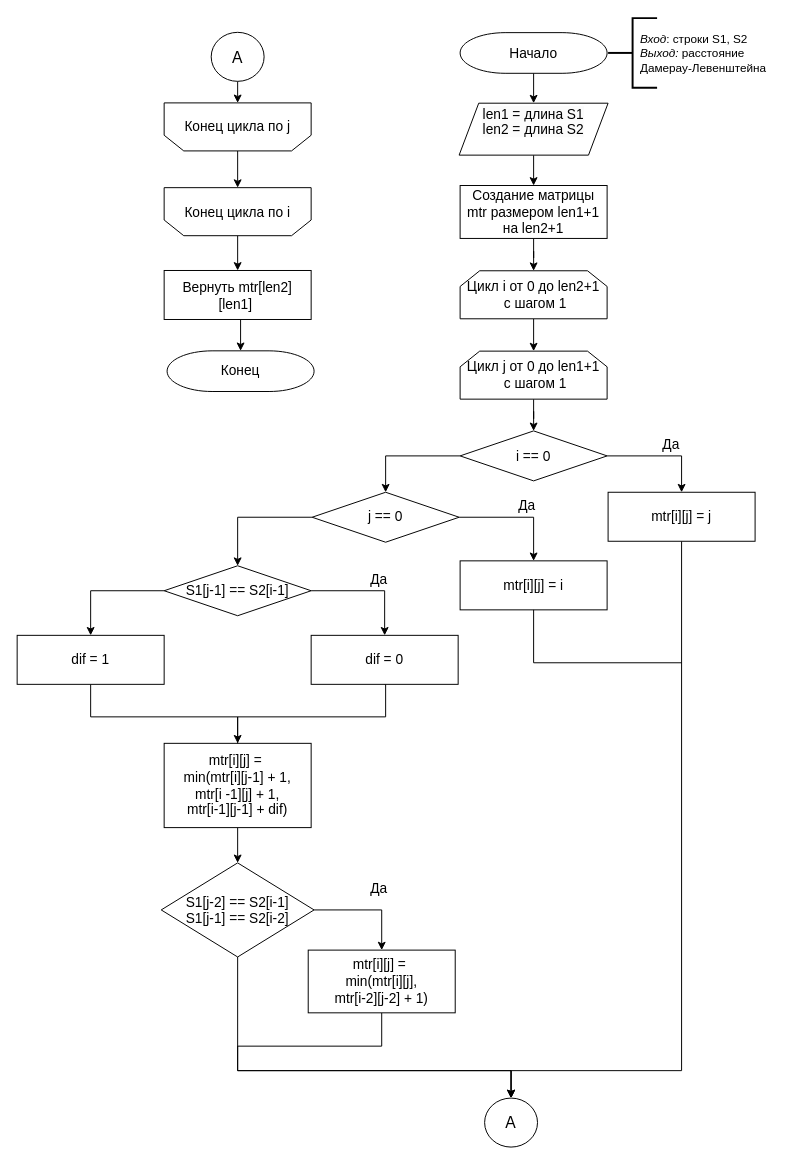
Earlier version of the draw.io diagram page "Д.-Л. нерек." (2 of 5) of lab_01/report/schemes/algorithms.drawio (mshsvnv/AlgorithmAnalysis). Source tidied: cells renumbered, new cells numbered last; positions are measured from the earlier drawing's top-left corner, leaving out a move shared by most shapes. Both pictures are drawn from the tidied source at 98%, with x=0, y=0 at pixel (17, 18).
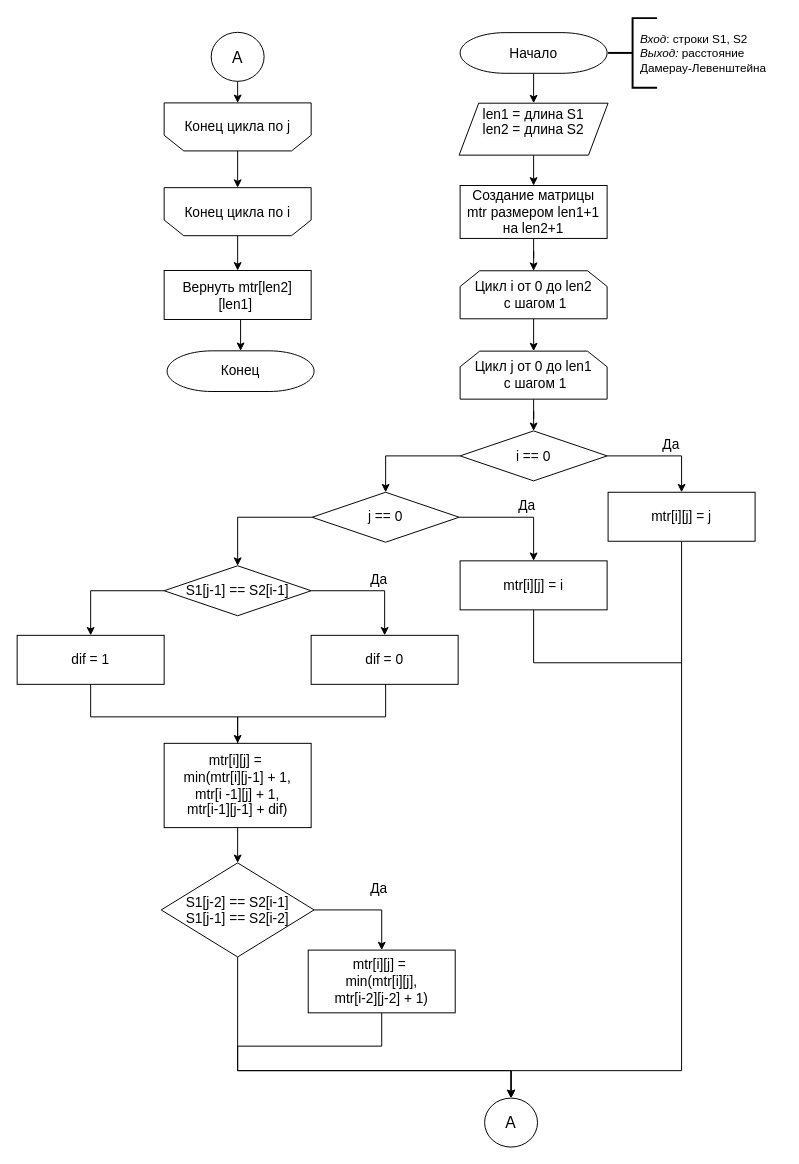
The same diagram, later.

Diff of the diagram source:
```diff
@@
-    <mxCell id="22" value="&lt;font style=&quot;font-size: 14px;&quot;&gt;Цикл i от 0 до len2+1&lt;br style=&quot;border-color: var(--border-color);&quot;&gt;&amp;nbsp;с шагом 1&lt;br&gt;&lt;/font&gt;" style="shape=loopLimit;whiteSpace=wrap;html=1;" parent="1" vertex="1">
+    <mxCell id="22" value="&lt;font style=&quot;font-size: 14px;&quot;&gt;Цикл i от 0 до len2&lt;br style=&quot;border-color: var(--border-color);&quot;&gt;&amp;nbsp;с шагом 1&lt;br&gt;&lt;/font&gt;" style="shape=loopLimit;whiteSpace=wrap;html=1;" parent="1" vertex="1">
       <mxGeometry x="452" y="257.8" width="150" height="49" as="geometry" />
     </mxCell>
@@
-    <mxCell id="24" value="&lt;font style=&quot;font-size: 14px;&quot;&gt;Цикл j от 0 до len1+1&lt;br style=&quot;border-color: var(--border-color);&quot;&gt;&amp;nbsp;с шагом 1&lt;/font&gt;" style="shape=loopLimit;whiteSpace=wrap;html=1;" parent="1" vertex="1">
+    <mxCell id="24" value="&lt;font style=&quot;font-size: 14px;&quot;&gt;Цикл j от 0 до len1&lt;br style=&quot;border-color: var(--border-color);&quot;&gt;&amp;nbsp;с шагом 1&lt;/font&gt;" style="shape=loopLimit;whiteSpace=wrap;html=1;" parent="1" vertex="1">
       <mxGeometry x="452" y="339.8" width="150" height="49" as="geometry" />
     </mxCell>
```
